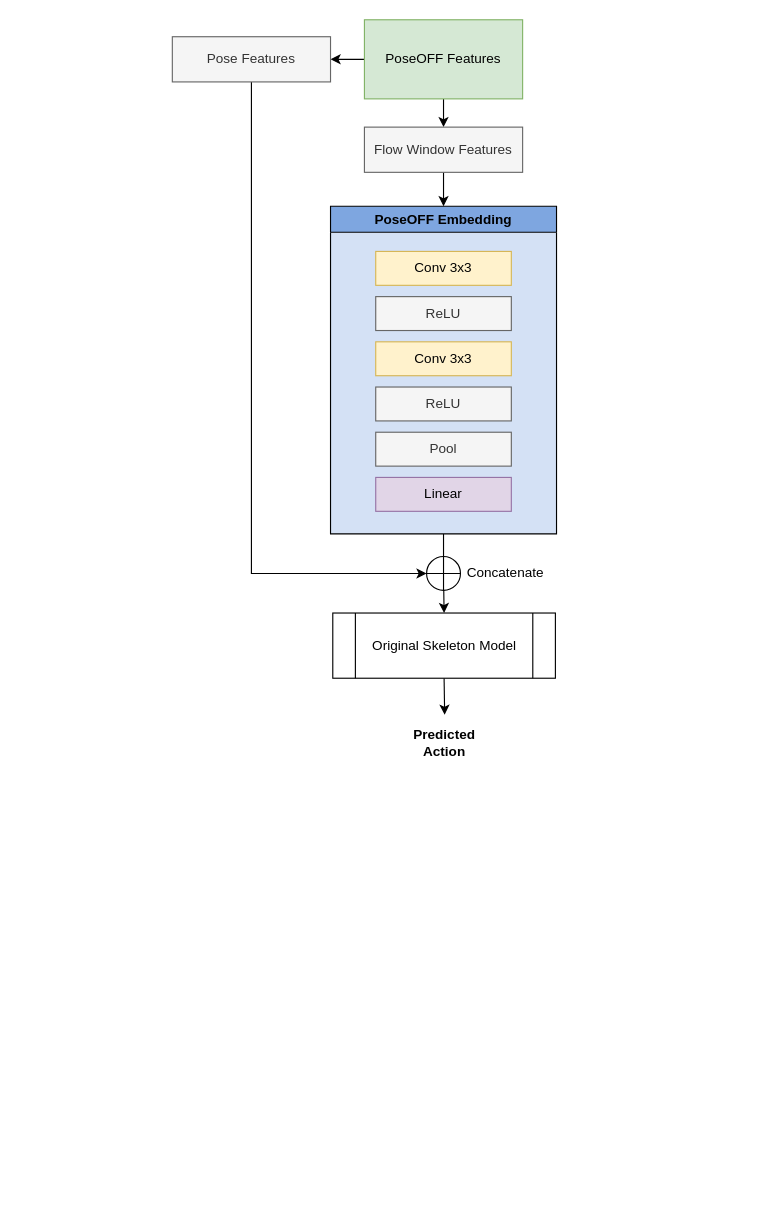
This is figures/poseOFF_network_diagram/PoseOFF_network_diagram.drawio from LewisdeZ/PoseOFF_Paper, a draw.io file, before an edit. Source tidied: cells renumbered, new cells numbered last; positions are measured from the earlier drawing's top-left corner, leaving out a move shared by most shapes. Both pictures are drawn from the tidied source at 113%, with x=0, y=0 at pixel (172, 19).
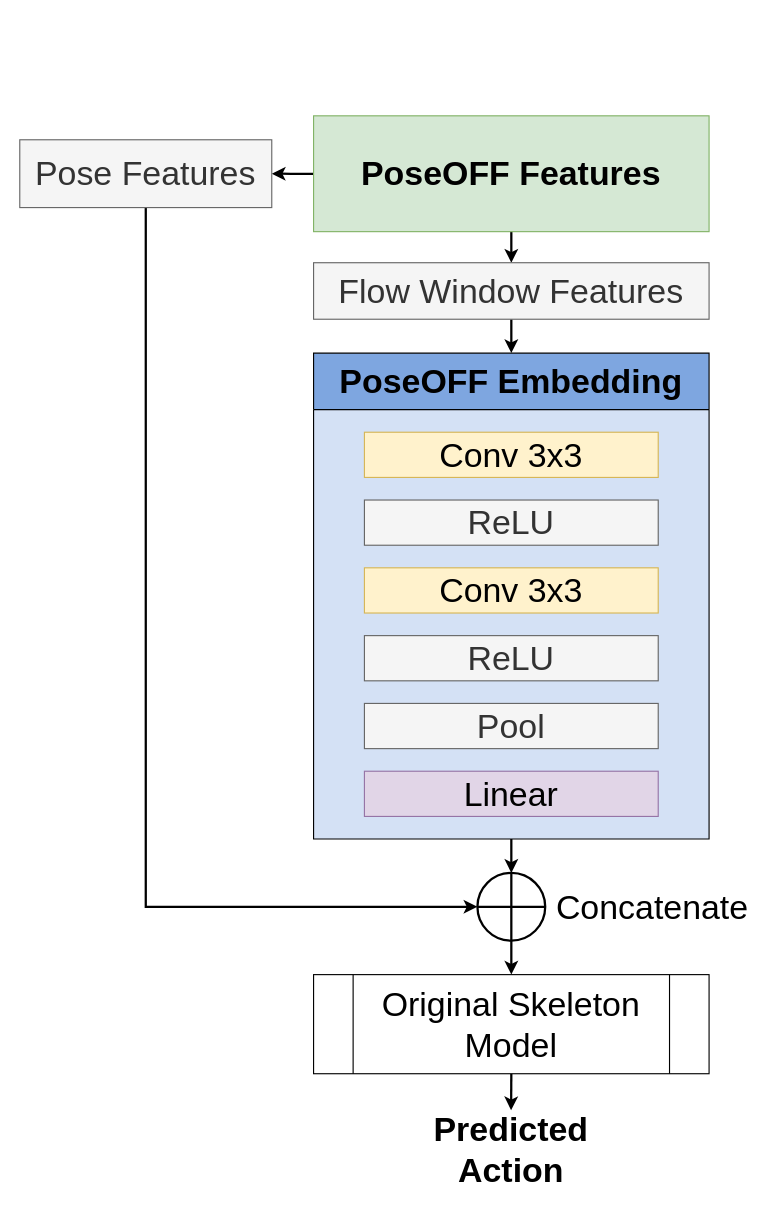
The same diagram, later.

Diff of the diagram source:
```diff
@@
-    <mxCell id="2" style="edgeStyle=orthogonalEdgeStyle;rounded=0;jettySize=auto;html=1;exitX=0.5;exitY=1;exitDx=0;exitDy=0;" parent="1" edge="1" source="3" target="19">
-      <mxGeometry relative="1" as="geometry" />
-    </mxCell>
+    <mxCell id="22" style="edgeStyle=orthogonalEdgeStyle;rounded=0;jettySize=auto;html=1;exitX=0.5;exitY=1;exitDx=0;exitDy=0;entryX=0.5;entryY=0;entryDx=0;entryDy=0;strokeWidth=2;" parent="1" edge="1" source="3" target="29">
+      <mxGeometry relative="1" as="geometry" />
+    </mxCell>
-    <mxCell id="3" value="PoseOFF Embedding" style="swimlane;whiteSpace=wrap;html=1;fillColor=#7EA6E0;strokeColor=#000000;glass=0;rounded=0;swimlaneFillColor=#D4E1F5;" parent="1" vertex="1">
-      <mxGeometry x="140" y="165" width="200" height="290" as="geometry" />
+    <mxCell id="3" value="PoseOFF Embedding" style="swimlane;whiteSpace=wrap;html=1;fillColor=#7EA6E0;strokeColor=#000000;glass=0;rounded=0;swimlaneFillColor=#D4E1F5;fontSize=30;startSize=50;" parent="1" vertex="1">
+      <mxGeometry x="125" y="295" width="350" height="430" as="geometry" />
     </mxCell>
-    <mxCell id="4" value="Conv 3x3" style="rounded=0;whiteSpace=wrap;html=1;fillColor=#fff2cc;strokeColor=#d6b656;" parent="3" vertex="1">
-      <mxGeometry x="40" y="40" width="120" height="30" as="geometry" />
-    </mxCell>
-    <mxCell id="5" value="ReLU" style="rounded=0;whiteSpace=wrap;html=1;fillColor=#f5f5f5;fontColor=#333333;strokeColor=#666666;" parent="3" vertex="1">
-      <mxGeometry x="40" y="80" width="120" height="30" as="geometry" />
-    </mxCell>
-    <mxCell id="6" value="Conv 3x3" style="rounded=0;whiteSpace=wrap;html=1;fillColor=#fff2cc;strokeColor=#d6b656;" parent="3" vertex="1">
-      <mxGeometry x="40" y="120" width="120" height="30" as="geometry" />
-    </mxCell>
-    <mxCell id="7" value="ReLU" style="rounded=0;whiteSpace=wrap;html=1;fillColor=#f5f5f5;fontColor=#333333;strokeColor=#666666;" parent="3" vertex="1">
-      <mxGeometry x="40" y="160" width="120" height="30" as="geometry" />
-    </mxCell>
-    <mxCell id="8" value="Pool" style="rounded=0;whiteSpace=wrap;html=1;fillColor=#f5f5f5;strokeColor=#666666;fontColor=#333333;" parent="3" vertex="1">
-      <mxGeometry x="40" y="200" width="120" height="30" as="geometry" />
+    <mxCell id="8" value="Pool" style="rounded=0;whiteSpace=wrap;html=1;fillColor=#f5f5f5;strokeColor=#666666;fontColor=#333333;fontSize=30;" parent="3" vertex="1">
+      <mxGeometry x="45" y="310" width="260" height="40" as="geometry" />
     </mxCell>
-    <mxCell id="9" value="Linear" style="rounded=0;whiteSpace=wrap;html=1;fillColor=#e1d5e7;strokeColor=#9673a6;" parent="3" vertex="1">
-      <mxGeometry x="40" y="240" width="120" height="30" as="geometry" />
+    <mxCell id="9" value="Linear" style="rounded=0;whiteSpace=wrap;html=1;fillColor=#e1d5e7;strokeColor=#9673a6;fontSize=30;" parent="3" vertex="1">
+      <mxGeometry x="45" y="370" width="260" height="40" as="geometry" />
     </mxCell>
+    <mxCell id="23" value="ReLU" style="rounded=0;whiteSpace=wrap;html=1;fillColor=#f5f5f5;strokeColor=#666666;fontColor=#333333;fontSize=30;" parent="3" vertex="1">
+      <mxGeometry x="45" y="250" width="260" height="40" as="geometry" />
+    </mxCell>
+    <mxCell id="24" value="ReLU" style="rounded=0;whiteSpace=wrap;html=1;fillColor=#f5f5f5;strokeColor=#666666;fontColor=#333333;fontSize=30;" parent="3" vertex="1">
+      <mxGeometry x="45" y="130" width="260" height="40" as="geometry" />
+    </mxCell>
+    <mxCell id="25" value="Conv 3x3" style="rounded=0;whiteSpace=wrap;html=1;fillColor=#fff2cc;strokeColor=#d6b656;fontSize=30;" parent="3" vertex="1">
+      <mxGeometry x="45" y="70" width="260" height="40" as="geometry" />
+    </mxCell>
+    <mxCell id="26" value="Conv 3x3" style="rounded=0;whiteSpace=wrap;html=1;fillColor=#fff2cc;strokeColor=#d6b656;fontSize=30;" parent="3" vertex="1">
+      <mxGeometry x="45" y="190" width="260" height="40" as="geometry" />
+    </mxCell>
-    <mxCell id="10" style="edgeStyle=orthogonalEdgeStyle;rounded=0;jettySize=auto;html=1;" parent="1" edge="1" source="12" target="16">
+    <mxCell id="10" style="edgeStyle=orthogonalEdgeStyle;rounded=0;jettySize=auto;html=1;fontSize=30;strokeWidth=2;" parent="1" edge="1" source="12" target="16">
       <mxGeometry relative="1" as="geometry" />
     </mxCell>
-    <mxCell id="11" style="edgeStyle=orthogonalEdgeStyle;rounded=0;jettySize=auto;html=1;exitX=0.5;exitY=1;exitDx=0;exitDy=0;entryX=0.5;entryY=0;entryDx=0;entryDy=0;" parent="1" edge="1" source="12" target="14">
+    <mxCell id="11" style="edgeStyle=orthogonalEdgeStyle;rounded=0;jettySize=auto;html=1;exitX=0.5;exitY=1;exitDx=0;exitDy=0;entryX=0.5;entryY=0;entryDx=0;entryDy=0;strokeWidth=2;" parent="1" edge="1" source="12" target="14">
       <mxGeometry relative="1" as="geometry" />
     </mxCell>
-    <mxCell id="12" value="PoseOFF Features" style="rounded=0;whiteSpace=wrap;html=1;fillColor=#d5e8d4;strokeColor=#82b366;" parent="1" vertex="1">
-      <mxGeometry x="170" width="140" height="70" as="geometry" />
+    <mxCell id="12" value="PoseOFF Features" style="rounded=0;whiteSpace=wrap;html=1;fillColor=#d5e8d4;strokeColor=#82b366;fontStyle=1;fontSize=30;" parent="1" vertex="1">
+      <mxGeometry x="125" y="85" width="350" height="102.5" as="geometry" />
     </mxCell>
-    <mxCell id="13" style="edgeStyle=orthogonalEdgeStyle;rounded=0;jettySize=auto;html=1;exitX=0.5;exitY=1;exitDx=0;exitDy=0;entryX=0.5;entryY=0;entryDx=0;entryDy=0;" parent="1" edge="1" source="14" target="3">
+    <mxCell id="13" style="edgeStyle=orthogonalEdgeStyle;rounded=0;jettySize=auto;html=1;exitX=0.5;exitY=1;exitDx=0;exitDy=0;entryX=0.5;entryY=0;entryDx=0;entryDy=0;strokeWidth=2;" parent="1" edge="1" source="14" target="3">
       <mxGeometry relative="1" as="geometry" />
     </mxCell>
-    <mxCell id="14" value="Flow Window Features" style="rounded=0;whiteSpace=wrap;html=1;fillColor=#f5f5f5;fontColor=#333333;strokeColor=#666666;" parent="1" vertex="1">
-      <mxGeometry x="170" y="95" width="140" height="40" as="geometry" />
+    <mxCell id="14" value="Flow Window Features" style="rounded=0;whiteSpace=wrap;html=1;fillColor=#f5f5f5;fontColor=#333333;strokeColor=#666666;fontSize=30;" parent="1" vertex="1">
+      <mxGeometry x="125" y="215" width="350" height="50" as="geometry" />
     </mxCell>
-    <mxCell id="15" style="edgeStyle=orthogonalEdgeStyle;rounded=0;jettySize=auto;html=1;entryX=0;entryY=0.5;entryDx=0;entryDy=0;" parent="1" edge="1" source="16" target="17">
-      <mxGeometry relative="1" as="geometry">
-        <Array as="points">
-          <mxPoint x="70" y="490" />
-        </Array>
-      </mxGeometry>
-    </mxCell>
+    <mxCell id="27" style="edgeStyle=orthogonalEdgeStyle;rounded=0;jettySize=auto;html=1;exitX=0.5;exitY=1;exitDx=0;exitDy=0;entryX=0;entryY=0.5;entryDx=0;entryDy=0;fontSize=30;strokeWidth=2;" parent="1" edge="1" source="16" target="29">
+      <mxGeometry relative="1" as="geometry" />
+    </mxCell>
-    <mxCell id="16" value="Pose Features" style="rounded=0;whiteSpace=wrap;html=1;fillColor=#f5f5f5;fontColor=#333333;strokeColor=#666666;" parent="1" vertex="1">
-      <mxGeometry y="15" width="140" height="40" as="geometry" />
+    <mxCell id="16" value="Pose Features" style="rounded=0;whiteSpace=wrap;html=1;fillColor=#f5f5f5;fontColor=#333333;strokeColor=#666666;fontSize=30;" parent="1" vertex="1">
+      <mxGeometry x="-135" y="106.2" width="223" height="60" as="geometry" />
     </mxCell>
-    <mxCell id="17" style="shape=orEllipse;perimeter=ellipsePerimeter;whiteSpace=wrap;html=1;backgroundOutline=1;" parent="1" vertex="1">
-      <mxGeometry x="225" y="475" width="30" height="30" as="geometry" />
-    </mxCell>
-    <mxCell id="18" style="edgeStyle=orthogonalEdgeStyle;rounded=0;jettySize=auto;html=1;exitX=0.5;exitY=1;exitDx=0;exitDy=0;" parent="1" edge="1" source="19">
-      <mxGeometry relative="1" as="geometry">
-        <mxPoint x="241" y="615" as="targetPoint" />
-      </mxGeometry>
-    </mxCell>
+    <mxCell id="28" style="edgeStyle=orthogonalEdgeStyle;rounded=0;jettySize=auto;html=1;exitX=0.5;exitY=1;exitDx=0;exitDy=0;entryX=0.5;entryY=0;entryDx=0;entryDy=0;strokeWidth=2;" parent="1" edge="1" source="29" target="19">
+      <mxGeometry relative="1" as="geometry" />
+    </mxCell>
+    <mxCell id="29" style="shape=orEllipse;perimeter=ellipsePerimeter;whiteSpace=wrap;html=1;backgroundOutline=1;fontSize=30;strokeWidth=2;" parent="1" vertex="1">
+      <mxGeometry x="270" y="755" width="60" height="60" as="geometry" />
+    </mxCell>
+    <mxCell id="30" style="edgeStyle=orthogonalEdgeStyle;rounded=0;jettySize=auto;html=1;exitX=0.5;exitY=1;exitDx=0;exitDy=0;strokeWidth=2;" parent="1" edge="1" source="19">
+      <mxGeometry relative="1" as="geometry">
+        <mxPoint x="299.8" y="965" as="targetPoint" />
+      </mxGeometry>
+    </mxCell>
-    <mxCell id="19" value="Original Skeleton Model" style="shape=process;whiteSpace=wrap;html=1;backgroundOutline=1;" parent="1" vertex="1">
-      <mxGeometry x="142" y="525" width="197" height="57.7" as="geometry" />
+    <mxCell id="19" value="Original Skeleton Model" style="shape=process;whiteSpace=wrap;html=1;backgroundOutline=1;fontSize=30;" parent="1" vertex="1">
+      <mxGeometry x="125" y="845" width="350" height="87.7" as="geometry" />
     </mxCell>
-    <mxCell id="20" value="Concatenate" style="text;html=1;align=center;verticalAlign=middle;whiteSpace=wrap;rounded=0;" parent="1" vertex="1">
-      <mxGeometry x="265" y="475" width="60" height="30" as="geometry" />
+    <mxCell id="20" value="Concatenate" style="text;html=1;align=center;verticalAlign=middle;whiteSpace=wrap;rounded=0;fontSize=30;" parent="1" vertex="1">
+      <mxGeometry x="395" y="770" width="60" height="30" as="geometry" />
     </mxCell>
-    <mxCell id="21" value="Predicted Action" style="text;html=1;align=center;verticalAlign=middle;whiteSpace=wrap;rounded=0;fontStyle=1;" parent="1" vertex="1">
-      <mxGeometry x="210.5" y="625" width="60" height="30" as="geometry" />
+    <mxCell id="21" value="Predicted Action" style="text;html=1;align=center;verticalAlign=middle;whiteSpace=wrap;rounded=0;fontStyle=1;fontSize=30;" parent="1" vertex="1">
+      <mxGeometry x="270" y="985" width="60" height="30" as="geometry" />
     </mxCell>
```
